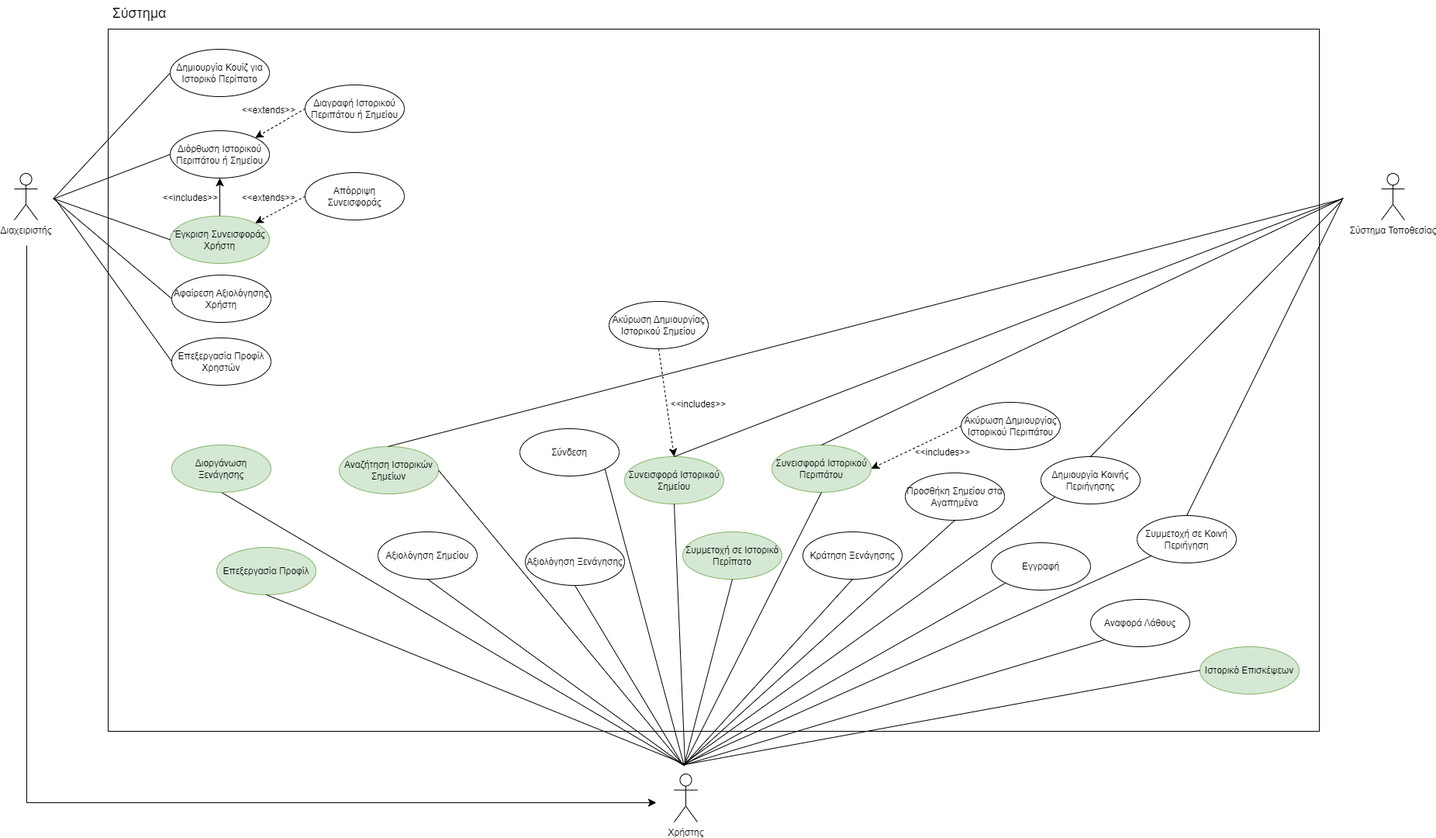
Earlier version of the draw.io export NOTES/Use Case Diagram v0.1.png (Nektar24/software-engineering). Source tidied: cells renumbered, new cells last; positions are measured from the earlier drawing's top-left corner, leaving out a move shared by most shapes.
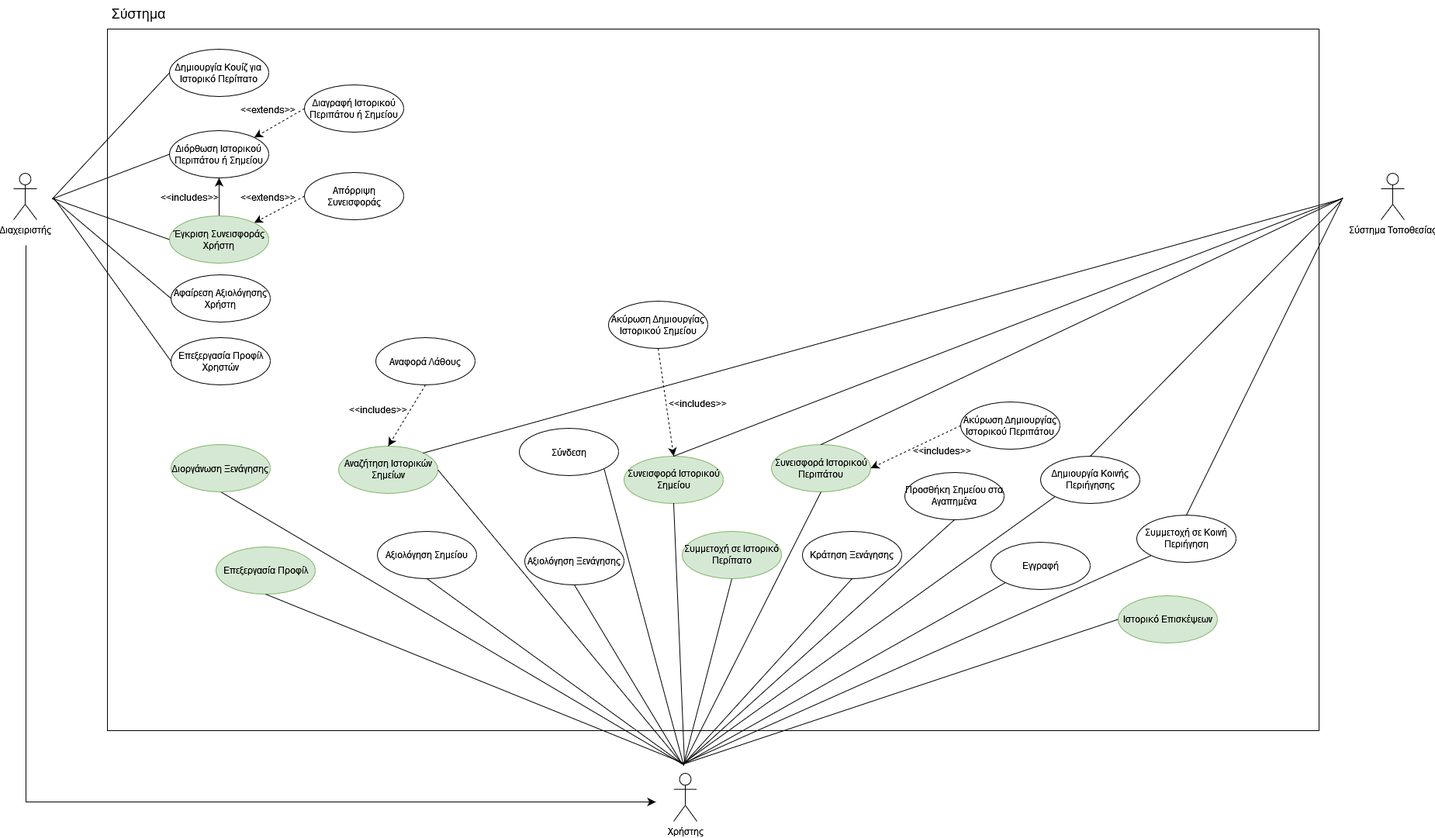
After the change.

Commit message:
corrected use case diagram

The edit, as a diff of the source:
```diff
@@ -128,9 +128,6 @@
     <mxCell id="39" value="Ακύρωση Δημιουργίας Ιστορικού Σημείου" style="ellipse;whiteSpace=wrap;html=1;" parent="1" vertex="1">
       <mxGeometry x="767" y="388" width="128" height="61" as="geometry" />
     </mxCell>
-    <mxCell id="40" value="Αναφορά Λάθους" style="ellipse;whiteSpace=wrap;html=1;" parent="1" vertex="1">
-      <mxGeometry x="1388" y="772" width="128" height="61" as="geometry" />
-    </mxCell>
     <mxCell id="41" value="Προσθήκη Σημείου στα Αγαπημένα" style="ellipse;whiteSpace=wrap;html=1;" parent="1" vertex="1">
       <mxGeometry x="1149" y="609" width="128" height="61" as="geometry" />
     </mxCell>
@@ -141,7 +138,7 @@
       <mxGeometry x="1448" y="664" width="128" height="61" as="geometry" />
     </mxCell>
     <mxCell id="44" value="Ιστορικό Επισκέψεων" style="ellipse;whiteSpace=wrap;html=1;fillColor=#d5e8d4;strokeColor=#82b366;" parent="1" vertex="1">
-      <mxGeometry x="1529" y="833" width="128" height="61" as="geometry" />
+      <mxGeometry x="1424" y="768" width="128" height="61" as="geometry" />
     </mxCell>
     <mxCell id="45" style="endArrow=none;html=1;rounded=0;fontSize=12;startSize=8;endSize=8;curved=1;entryX=0.5;entryY=1;entryDx=0;entryDy=0;" parent="1" edge="1" target="28">
       <mxGeometry relative="1" as="geometry">
@@ -203,11 +200,6 @@
         <mxPoint x="864" y="985" as="sourcePoint" />
       </mxGeometry>
     </mxCell>
-    <mxCell id="57" style="endArrow=none;html=1;rounded=0;fontSize=12;startSize=8;endSize=8;curved=1;entryX=0;entryY=1;entryDx=0;entryDy=0;" parent="1" edge="1" target="40">
-      <mxGeometry relative="1" as="geometry">
-        <mxPoint x="865" y="985" as="sourcePoint" />
-      </mxGeometry>
-    </mxCell>
     <mxCell id="58" style="endArrow=none;html=1;rounded=0;fontSize=12;startSize=8;endSize=8;curved=1;exitX=0.5;exitY=1;exitDx=0;exitDy=0;" parent="1" edge="1" source="31">
       <mxGeometry relative="1" as="geometry">
         <mxPoint x="865" y="985" as="targetPoint" />
@@ -218,7 +210,7 @@
         <mxPoint x="862" y="985" as="sourcePoint" />
       </mxGeometry>
     </mxCell>
-    <mxCell id="60" style="endArrow=none;html=1;rounded=0;fontSize=12;startSize=8;endSize=8;curved=1;exitX=0.492;exitY=0;exitDx=0;exitDy=0;exitPerimeter=0;" parent="1" edge="1" source="27">
+    <mxCell id="60" style="endArrow=none;html=1;rounded=0;fontSize=12;startSize=8;endSize=8;curved=1;exitX=1;exitY=0;exitDx=0;exitDy=0;" parent="1" edge="1" source="27">
       <mxGeometry relative="1" as="geometry">
         <mxPoint x="1713" y="256" as="targetPoint" />
       </mxGeometry>
@@ -261,5 +253,14 @@
         </Array>
       </mxGeometry>
     </mxCell>
+    <mxCell id="69" style="edgeStyle=none;curved=1;rounded=0;jettySize=auto;html=1;exitX=0.5;exitY=1;exitDx=0;exitDy=0;entryX=0.5;entryY=0;entryDx=0;entryDy=0;fontSize=12;startSize=8;endSize=8;dashed=1;" parent="1" edge="1" source="40" target="27">
+      <mxGeometry relative="1" as="geometry" />
+    </mxCell>
+    <mxCell id="40" value="Αναφορά Λάθους" style="ellipse;whiteSpace=wrap;html=1;" parent="1" vertex="1">
+      <mxGeometry x="467" y="435" width="128" height="61" as="geometry" />
+    </mxCell>
+    <mxCell id="70" value="&lt;font style=&quot;font-size: 12px;&quot;&gt;&amp;lt;&amp;lt;&lt;font style=&quot;font-size: 12px;&quot;&gt;includes&amp;gt;&amp;gt;&lt;/font&gt;&lt;/font&gt;" style="text;html=1;align=center;verticalAlign=middle;strokeColor=none;fillColor=none;fontSize=16;" parent="1" vertex="1">
+      <mxGeometry x="425" y="511" width="90" height="31" as="geometry" />
+    </mxCell>
   </root>
 </mxGraphModel>
```
